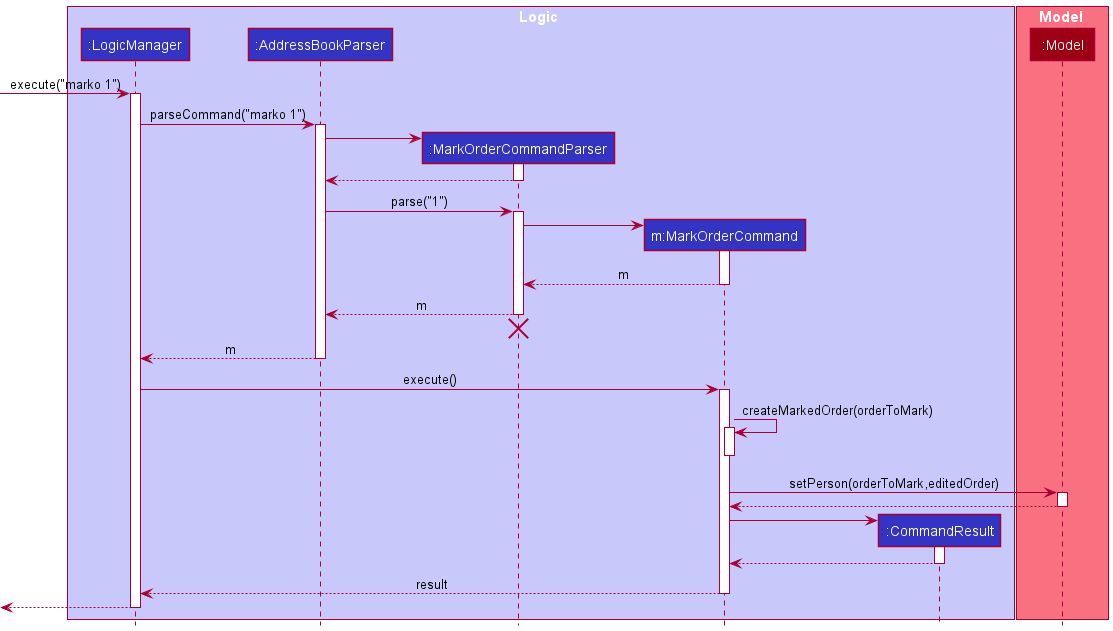
Above: docs/images/MarkSequenceDiagram.png in onefangg/tp (PlantUML), before the change. Its diagram source:
```plantuml
@startuml
!include style.puml

box Logic LOGIC_COLOR_T1
participant ":LogicManager" as LogicManager LOGIC_COLOR
participant ":AddressBookParser" as AddressBookParser LOGIC_COLOR
participant ":MarkOrderCommandParser" as MarkOrderCommandParser LOGIC_COLOR
participant "m:MarkOrderCommand" as MarkOrderCommand LOGIC_COLOR
participant ":CommandResult" as CommandResult LOGIC_COLOR
end box

box Model MODEL_COLOR_T1
participant ":Model" as Model MODEL_COLOR
end box

[-> LogicManager : execute("marko 1")
activate LogicManager

LogicManager -> AddressBookParser : parseCommand("marko 1")
activate AddressBookParser

create MarkOrderCommandParser
AddressBookParser -> MarkOrderCommandParser
activate MarkOrderCommandParser

MarkOrderCommandParser --> AddressBookParser
deactivate MarkOrderCommandParser

AddressBookParser -> MarkOrderCommandParser : parse("1")
activate MarkOrderCommandParser

create MarkOrderCommand
MarkOrderCommandParser -> MarkOrderCommand
activate MarkOrderCommand

MarkOrderCommand --> MarkOrderCommandParser : m
deactivate MarkOrderCommand

MarkOrderCommandParser --> AddressBookParser : m
deactivate MarkOrderCommandParser
MarkOrderCommandParser -[hidden]-> AddressBookParser
destroy MarkOrderCommandParser

AddressBookParser --> LogicManager : m
deactivate AddressBookParser

LogicManager -> MarkOrderCommand : execute()
activate MarkOrderCommand

MarkOrderCommand -> MarkOrderCommand : createMarkedOrder(orderToMark)
activate MarkOrderCommand
deactivate MarkOrderCommand



MarkOrderCommand -> Model : setPerson(orderToMark,editedOrder)
activate Model

Model --> MarkOrderCommand
deactivate Model

create CommandResult
MarkOrderCommand -> CommandResult
activate CommandResult

CommandResult --> MarkOrderCommand
deactivate CommandResult

MarkOrderCommand --> LogicManager : result
deactivate MarkOrderCommand

[<--LogicManager
deactivate LogicManager
@enduml
```
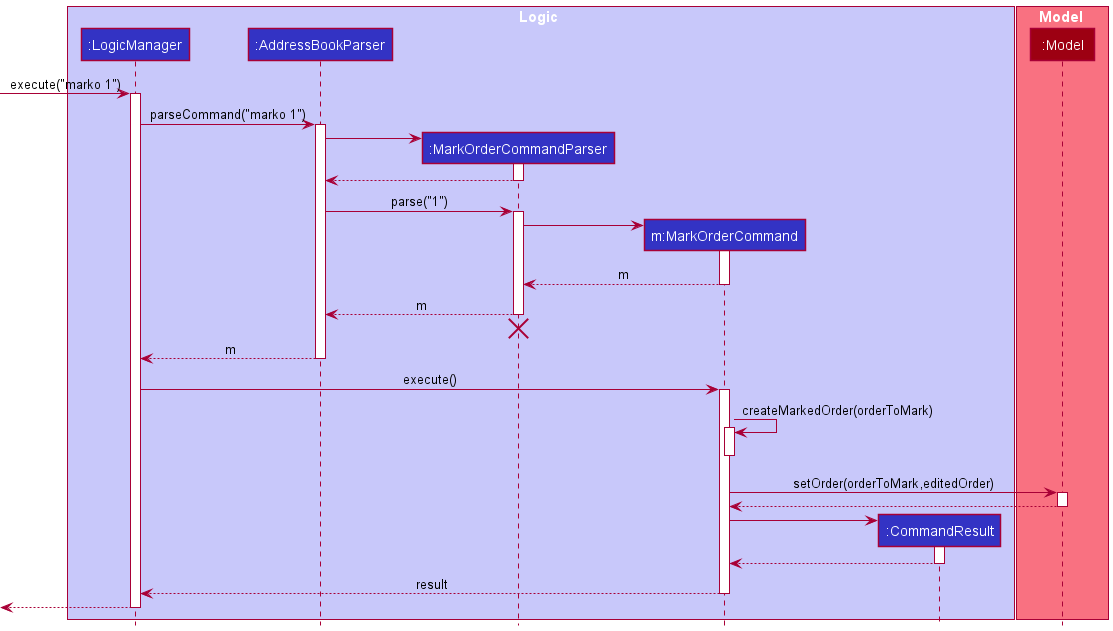
The same diagram one commit later.

Commit message:
Update mark sequence diagram

Diff of the diagram source:
```diff
@@ -53,7 +53,7 @@
 
 
 
-MarkOrderCommand -> Model : setPerson(orderToMark,editedOrder)
+MarkOrderCommand -> Model : setOrder(orderToMark,editedOrder)
 activate Model
 
 Model --> MarkOrderCommand
```
